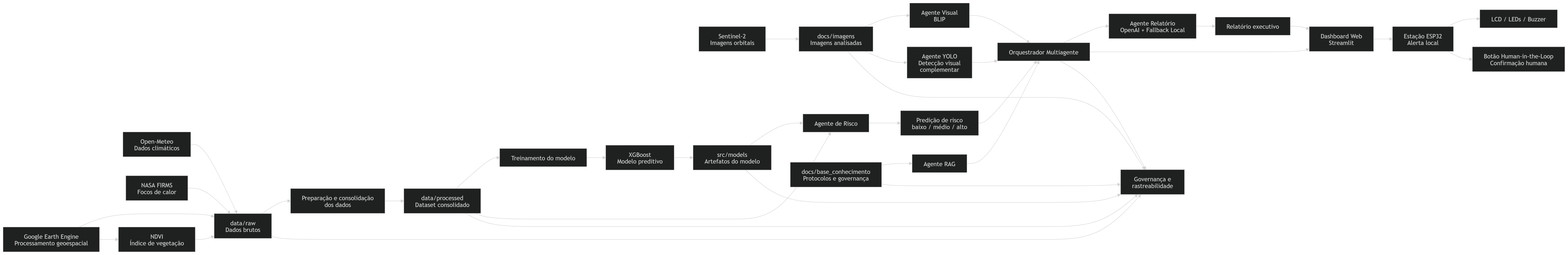
Priangelini/Sentinela-Orbital-IA keeps this Mermaid diagram as docs/imagens/pipeline_dados.png. Above is the earlier version. Its source is kept beside it as docs/diagramas/pipeline_dados.mmd. The source it was exported from:
```mermaid
flowchart LR

    A[Open-Meteo<br/>Dados climáticos] --> B[data/raw<br/>Dados brutos]
    C[NASA FIRMS<br/>Focos de calor] --> B
    D[Google Earth Engine<br/>Processamento geoespacial] --> B
    E[Sentinel-2<br/>Imagens orbitais] --> F[docs/imagens<br/>Imagens analisadas]
    D --> G[NDVI<br/>Índice de vegetação]
    G --> B

    B --> H[Preparação e consolidação dos dados]
    H --> I[data/processed<br/>Dataset consolidado]

    I --> J[Treinamento do modelo]
    J --> K[XGBoost<br/>Modelo preditivo]
    K --> L[src/models<br/>Artefatos do modelo]

    I --> M[Agente de Risco]
    L --> M
    M --> N[Predição de risco<br/>baixo / médio / alto]

    F --> O[Agente Visual<br/>BLIP]
    F --> P[Agente YOLO<br/>Detecção visual complementar]

    Q[docs/base_conhecimento<br/>Protocolos e governança] --> R[Agente RAG]

    N --> S[Orquestrador Multiagente]
    O --> S
    P --> S
    R --> S

    S --> T[Agente Relatório<br/>OpenAI + Fallback Local]
    T --> U[Relatório executivo]

    S --> V[Dashboard Web<br/>Streamlit]
    U --> V

    V --> W[Estação ESP32<br/>Alerta local]
    W --> X[LCD / LEDs / Buzzer]
    W --> Y[Botão Human-in-the-Loop<br/>Confirmação humana]

    B --> Z[Governança e rastreabilidade]
    I --> Z
    F --> Z
    L --> Z
    Q --> Z
    S --> Z
```
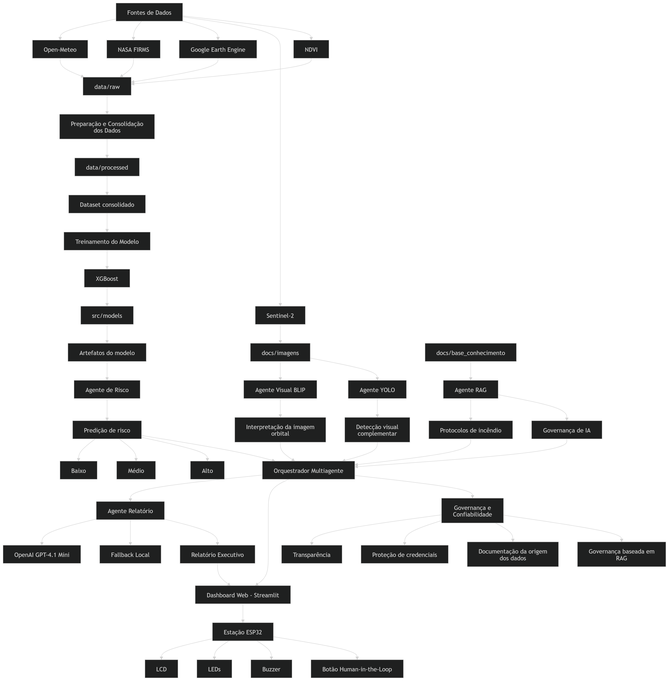
Above is the later version.

Commit message:
docs: melhora visualização dos diagramas da arquitetura e pipeline

What changed in the source:
```diff
@@ -1,46 +1,64 @@
-flowchart LR
+flowchart TD
 
-    A[Open-Meteo<br/>Dados climáticos] --> B[data/raw<br/>Dados brutos]
-    C[NASA FIRMS<br/>Focos de calor] --> B
-    D[Google Earth Engine<br/>Processamento geoespacial] --> B
-    E[Sentinel-2<br/>Imagens orbitais] --> F[docs/imagens<br/>Imagens analisadas]
-    D --> G[NDVI<br/>Índice de vegetação]
-    G --> B
+    A[Fontes de Dados] --> B[Open-Meteo]
+    A --> C[NASA FIRMS]
+    A --> D[Google Earth Engine]
+    A --> E[Sentinel-2]
+    A --> F[NDVI]
 
-    B --> H[Preparação e consolidação dos dados]
-    H --> I[data/processed<br/>Dataset consolidado]
+    B --> G[data/raw]
+    C --> G
+    D --> G
+    E --> H[docs/imagens]
+    F --> G
 
-    I --> J[Treinamento do modelo]
-    J --> K[XGBoost<br/>Modelo preditivo]
-    K --> L[src/models<br/>Artefatos do modelo]
+    G --> I[Preparação e Consolidação dos Dados]
+    I --> J[data/processed]
+    J --> K[Dataset consolidado]
 
-    I --> M[Agente de Risco]
-    L --> M
-    M --> N[Predição de risco<br/>baixo / médio / alto]
+    K --> L[Treinamento do Modelo]
+    L --> M[XGBoost]
+    M --> N[src/models]
+    N --> O[Artefatos do modelo]
+    O --> P[Agente de Risco]
 
-    F --> O[Agente Visual<br/>BLIP]
-    F --> P[Agente YOLO<br/>Detecção visual complementar]
+    P --> Q[Predição de risco]
+    Q --> Q1[Baixo]
+    Q --> Q2[Médio]
+    Q --> Q3[Alto]
 
-    Q[docs/base_conhecimento<br/>Protocolos e governança] --> R[Agente RAG]
+    H --> R[Agente Visual BLIP]
+    R --> R1[Interpretação da imagem orbital]
 
-    N --> S[Orquestrador Multiagente]
-    O --> S
-    P --> S
-    R --> S
+    H --> S[Agente YOLO]
+    S --> S1[Detecção visual complementar]
 
-    S --> T[Agente Relatório<br/>OpenAI + Fallback Local]
-    T --> U[Relatório executivo]
+    T[docs/base_conhecimento] --> U[Agente RAG]
+    U --> U1[Protocolos de incêndio]
+    U --> U2[Governança de IA]
 
-    S --> V[Dashboard Web<br/>Streamlit]
-    U --> V
+    Q --> V[Orquestrador Multiagente]
+    R1 --> V
+    S1 --> V
+    U1 --> V
+    U2 --> V
 
-    V --> W[Estação ESP32<br/>Alerta local]
-    W --> X[LCD / LEDs / Buzzer]
-    W --> Y[Botão Human-in-the-Loop<br/>Confirmação humana]
+    V --> W[Agente Relatório]
+    W --> W1[OpenAI GPT-4.1 Mini]
+    W --> W2[Fallback Local]
+    W --> X[Relatório Executivo]
 
-    B --> Z[Governança e rastreabilidade]
-    I --> Z
-    F --> Z
-    L --> Z
-    Q --> Z
-    S --> Z
+    V --> Y[Dashboard Web - Streamlit]
+    X --> Y
+
+    Y --> Z[Estação ESP32]
+    Z --> Z1[LCD]
+    Z --> Z2[LEDs]
+    Z --> Z3[Buzzer]
+    Z --> Z4[Botão Human-in-the-Loop]
+
+    V --> AA[Governança e Confiabilidade]
+    AA --> AA1[Transparência]
+    AA --> AA2[Proteção de credenciais]
+    AA --> AA3[Documentação da origem dos dados]
+    AA --> AA4[Governança baseada em RAG]
```
